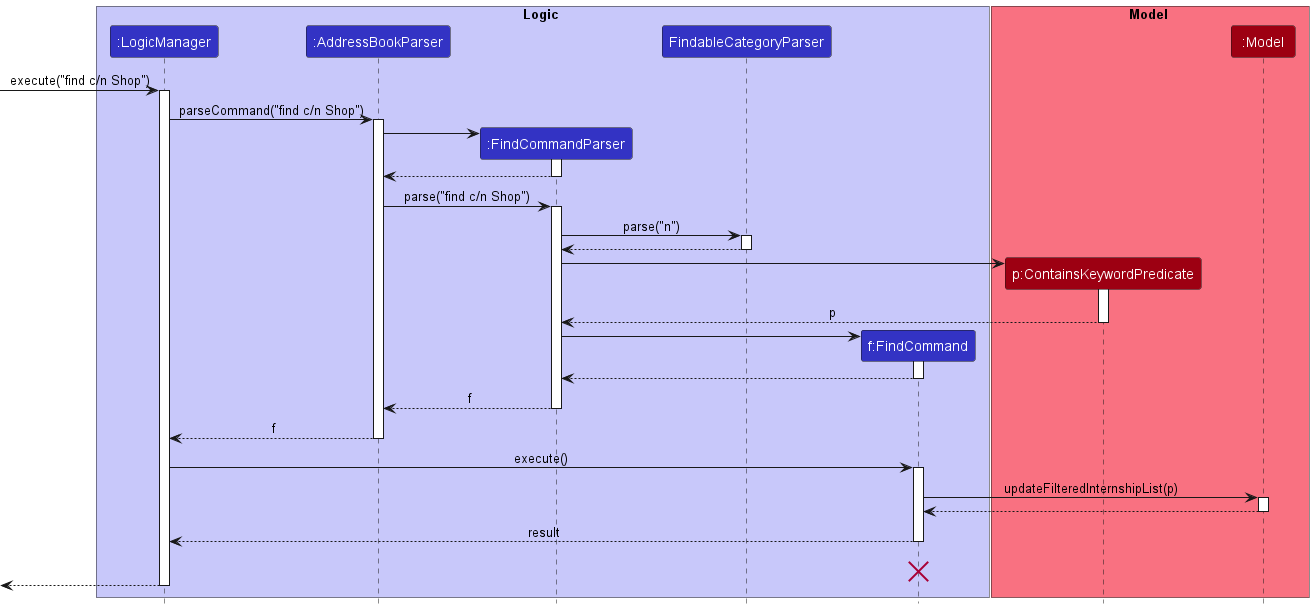
Above: docs/images/FindSequenceDiagram.png in nus-cs2103-AY2223S1/tp (PlantUML), before the change. The source it was exported from:
```plantuml
@startuml
!include style.puml

box Logic LOGIC_COLOR_T1
participant ":LogicManager" as LogicManager LOGIC_COLOR
participant ":AddressBookParser" as AddressBookParser LOGIC_COLOR
participant ":FindCommandParser" as FindParser LOGIC_COLOR
participant "FindableCategoryParser" as CategoryParser LOGIC_COLOR
participant "f:FindCommand" as FindCommand LOGIC_COLOR
end box

box Model MODEL_COLOR_T1
participant "p:ContainsKeywordPredicate" as Predicate MODEL_COLOR
participant ":Model" as Model MODEL_COLOR
end box
[-> LogicManager : execute("find c/n Shop")
activate LogicManager

LogicManager -> AddressBookParser : parseCommand("find c/n Shop")
activate AddressBookParser

create FindParser
AddressBookParser -> FindParser
activate FindParser

FindParser --> AddressBookParser
deactivate FindParser

AddressBookParser -> FindParser : parse("find c/n Shop")
activate FindParser

FindParser -> CategoryParser : parse("n")
activate CategoryParser

CategoryParser --> FindParser
deactivate CategoryParser

create Predicate
FindParser -> Predicate
activate Predicate

Predicate --> FindParser : p
deactivate Predicate

create FindCommand
FindParser -> FindCommand
activate FindCommand

FindCommand --> FindParser
deactivate FindCommand

FindParser --> AddressBookParser : f
deactivate FindParser

AddressBookParser --> LogicManager : f
deactivate AddressBookParser

LogicManager -> FindCommand : execute()
activate FindCommand

FindCommand -> Model : updateFilteredInternshipList(p)
activate Model

Model --> FindCommand
deactivate Model

FindCommand --> LogicManager : result
deactivate FindCommand

FindCommand -[hidden]-> LogicManager : result
destroy FindCommand

[<--LogicManager
deactivate LogicManager
@enduml
```
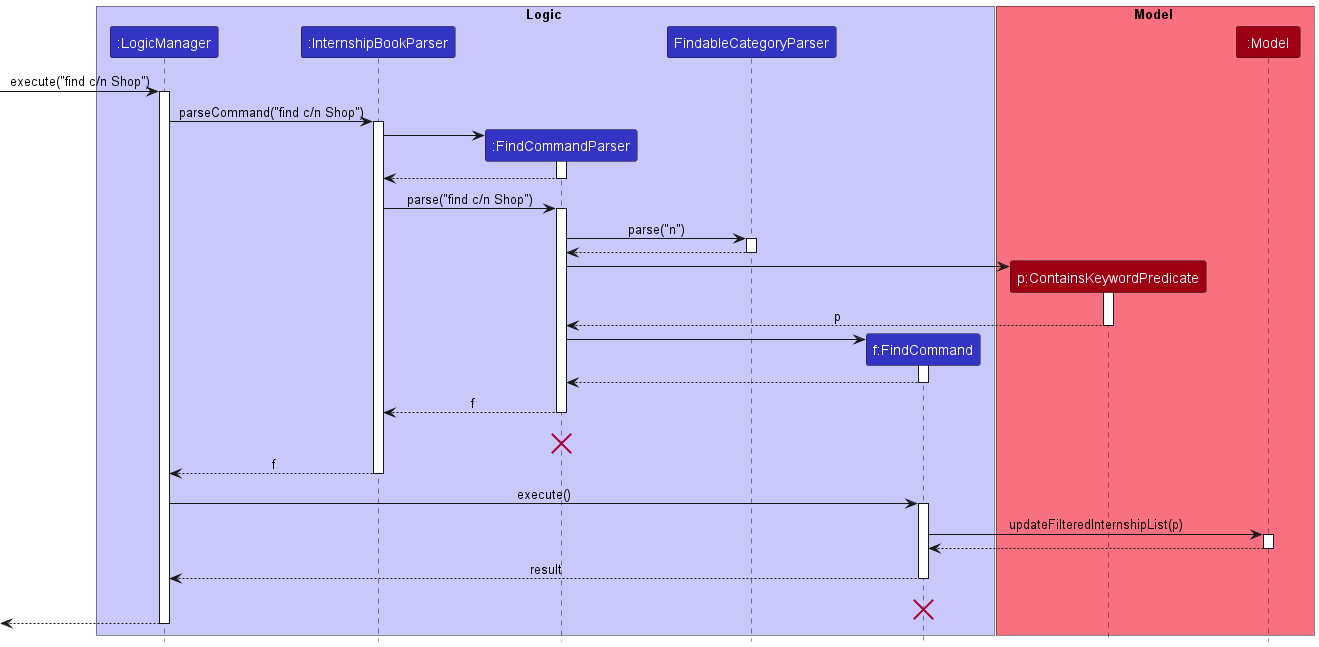
The same file after the commit.

The edit, as a diff of the source:
```diff
@@ -3,7 +3,7 @@
 
 box Logic LOGIC_COLOR_T1
 participant ":LogicManager" as LogicManager LOGIC_COLOR
-participant ":AddressBookParser" as AddressBookParser LOGIC_COLOR
+participant ":InternshipBookParser" as InternshipBookParser LOGIC_COLOR
 participant ":FindCommandParser" as FindParser LOGIC_COLOR
 participant "FindableCategoryParser" as CategoryParser LOGIC_COLOR
 participant "f:FindCommand" as FindCommand LOGIC_COLOR
@@ -16,17 +16,17 @@
 [-> LogicManager : execute("find c/n Shop")
 activate LogicManager
 
-LogicManager -> AddressBookParser : parseCommand("find c/n Shop")
-activate AddressBookParser
+LogicManager -> InternshipBookParser : parseCommand("find c/n Shop")
+activate InternshipBookParser
 
 create FindParser
-AddressBookParser -> FindParser
+InternshipBookParser -> FindParser
 activate FindParser
 
-FindParser --> AddressBookParser
+FindParser --> InternshipBookParser
 deactivate FindParser
 
-AddressBookParser -> FindParser : parse("find c/n Shop")
+InternshipBookParser -> FindParser : parse("find c/n Shop")
 activate FindParser
 
 FindParser -> CategoryParser : parse("n")
@@ -49,11 +49,14 @@
 FindCommand --> FindParser
 deactivate FindCommand
 
-FindParser --> AddressBookParser : f
-deactivate FindParser
+FindParser --> InternshipBookParser : f
+deactivate  FindParser
 
-AddressBookParser --> LogicManager : f
-deactivate AddressBookParser
+FindParser -[hidden]> InternshipBookParser : f
+destroy FindParser
+
+InternshipBookParser --> LogicManager : f
+deactivate InternshipBookParser
 
 LogicManager -> FindCommand : execute()
 activate FindCommand
```
